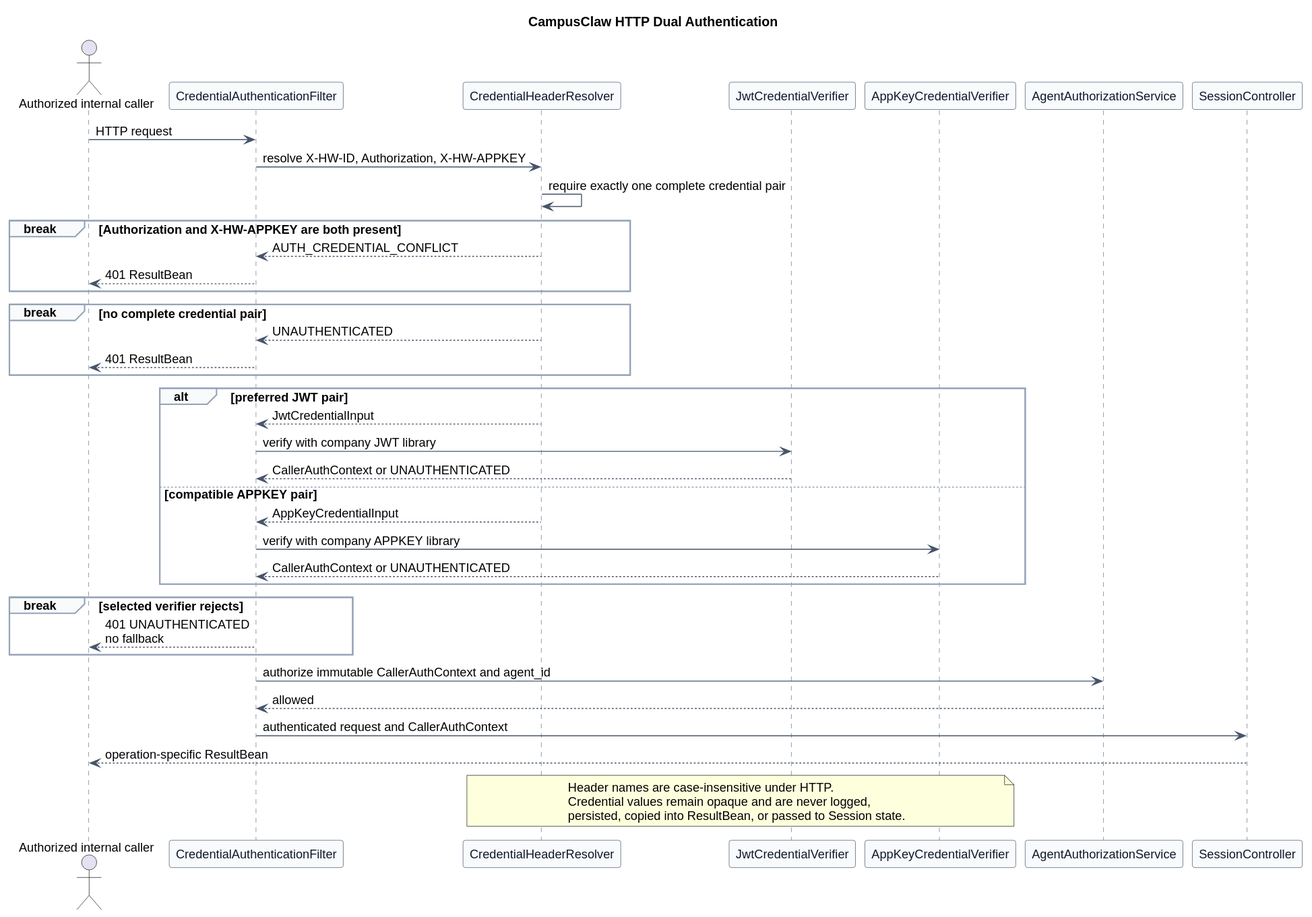
Earlier version of the PlantUML export pi-mono-java-manager-driven-multi-agent-runtime/http_dual_authentication.svg (ssm0808/pi-mono-java-design).
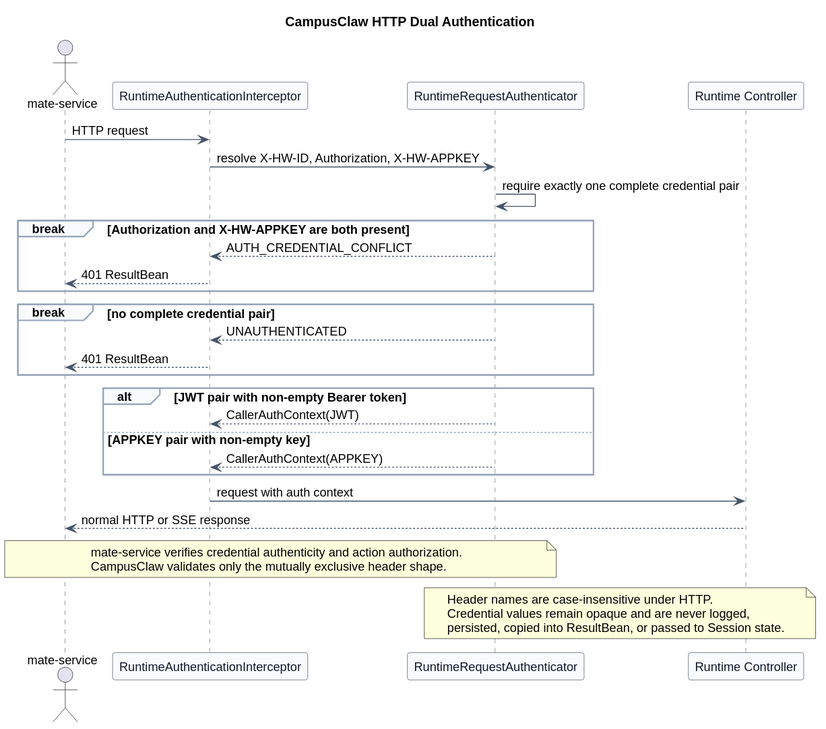
The same diagram one commit later.

The edit, as a diff of the source:
```diff
@@ -19,13 +19,10 @@
   GroupBackgroundColor #F8FAFC
 }
 
-actor "Authorized internal caller" as Caller
-participant "CredentialAuthenticationFilter" as Filter
-participant "CredentialHeaderResolver" as Resolver
-participant "JwtCredentialVerifier" as Jwt
-participant "AppKeyCredentialVerifier" as AppKey
-participant "AgentAuthorizationService" as Authorization
-participant "SessionController" as Controller
+actor "mate-service" as Caller
+participant "RuntimeAuthenticationInterceptor" as Filter
+participant "RuntimeRequestAuthenticator" as Resolver
+participant "Runtime Controller" as Controller
 
 Caller -> Filter : HTTP request
 Filter -> Resolver : resolve X-HW-ID, Authorization, X-HW-APPKEY
@@ -41,26 +38,21 @@
   Filter --> Caller : 401 ResultBean
 end
 
-alt preferred JWT pair
-  Resolver --> Filter : JwtCredentialInput
-  Filter -> Jwt : verify with company JWT library
-  Jwt --> Filter : CallerAuthContext or UNAUTHENTICATED
-else compatible APPKEY pair
-  Resolver --> Filter : AppKeyCredentialInput
-  Filter -> AppKey : verify with company APPKEY library
-  AppKey --> Filter : CallerAuthContext or UNAUTHENTICATED
+alt JWT pair with non-empty Bearer token
+  Resolver --> Filter : CallerAuthContext(JWT)
+else APPKEY pair with non-empty key
+  Resolver --> Filter : CallerAuthContext(APPKEY)
 end
 
-break selected verifier rejects
-  Filter --> Caller : 401 UNAUTHENTICATED\nno fallback
-end
+Filter -> Controller : request with auth context
+Controller --> Caller : normal HTTP or SSE response
 
-Filter -> Authorization : authorize immutable CallerAuthContext and agent_id
-Authorization --> Filter : allowed
-Filter -> Controller : authenticated request and CallerAuthContext
-Controller --> Caller : operation-specific ResultBean
+note over Caller,Resolver
+mate-service verifies credential authenticity and action authorization.
+CampusClaw validates only the mutually exclusive header shape.
+end note
 
-note over Resolver,AppKey
+note over Resolver,Controller
 Header names are case-insensitive under HTTP.
 Credential values remain opaque and are never logged,
 persisted, copied into ResultBean, or passed to Session state.
```
